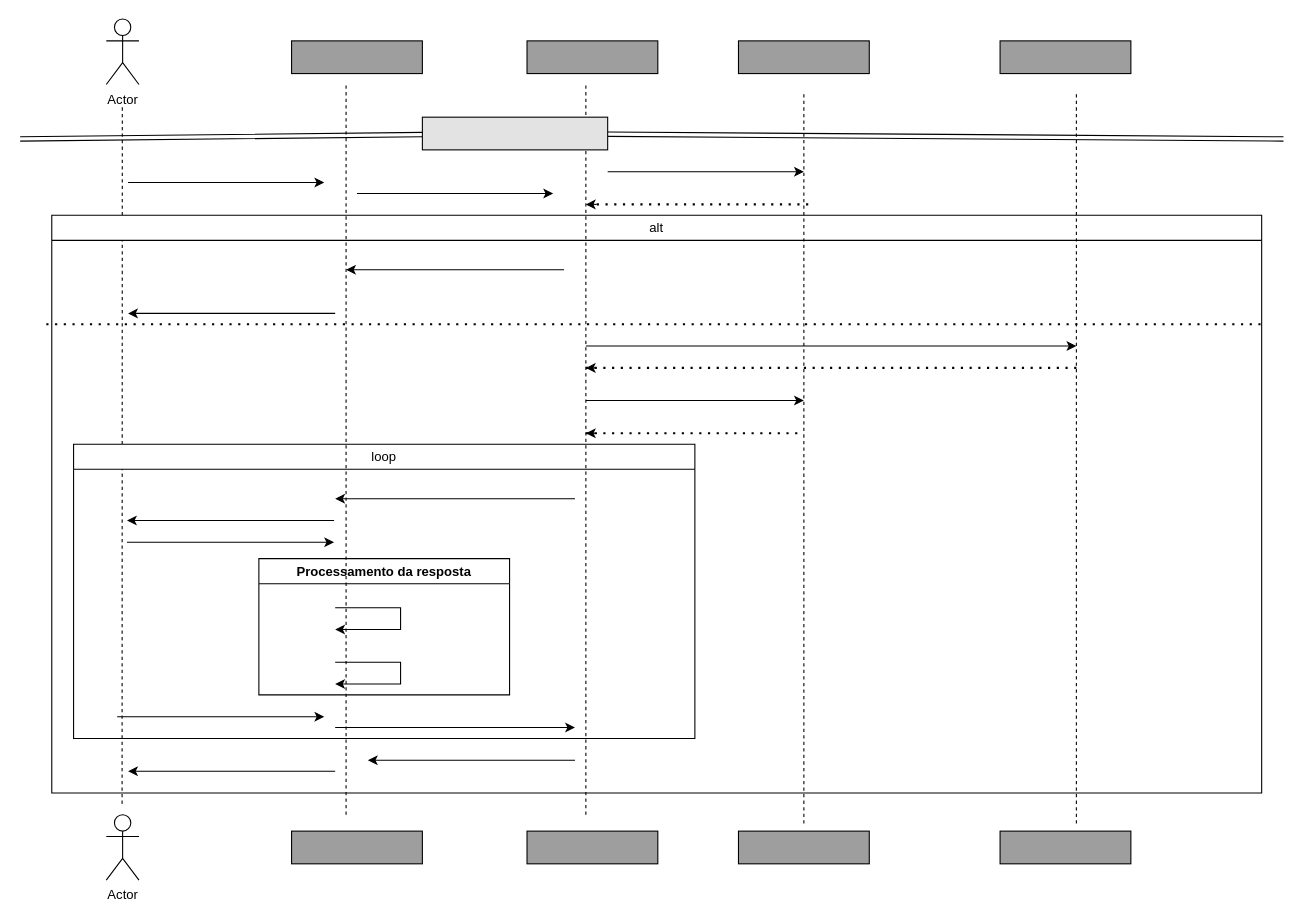
Before: Listar_Questoes.drawio in augustorazani/QENEM-UML-Diagram, a draw.io diagram. Source tidied: cells renumbered, new cells numbered last; positions are measured from the earlier drawing's top-left corner, leaving out a move shared by most shapes. Both pictures are drawn from the tidied source at 109%, with x=0, y=0 at pixel (20, 19).
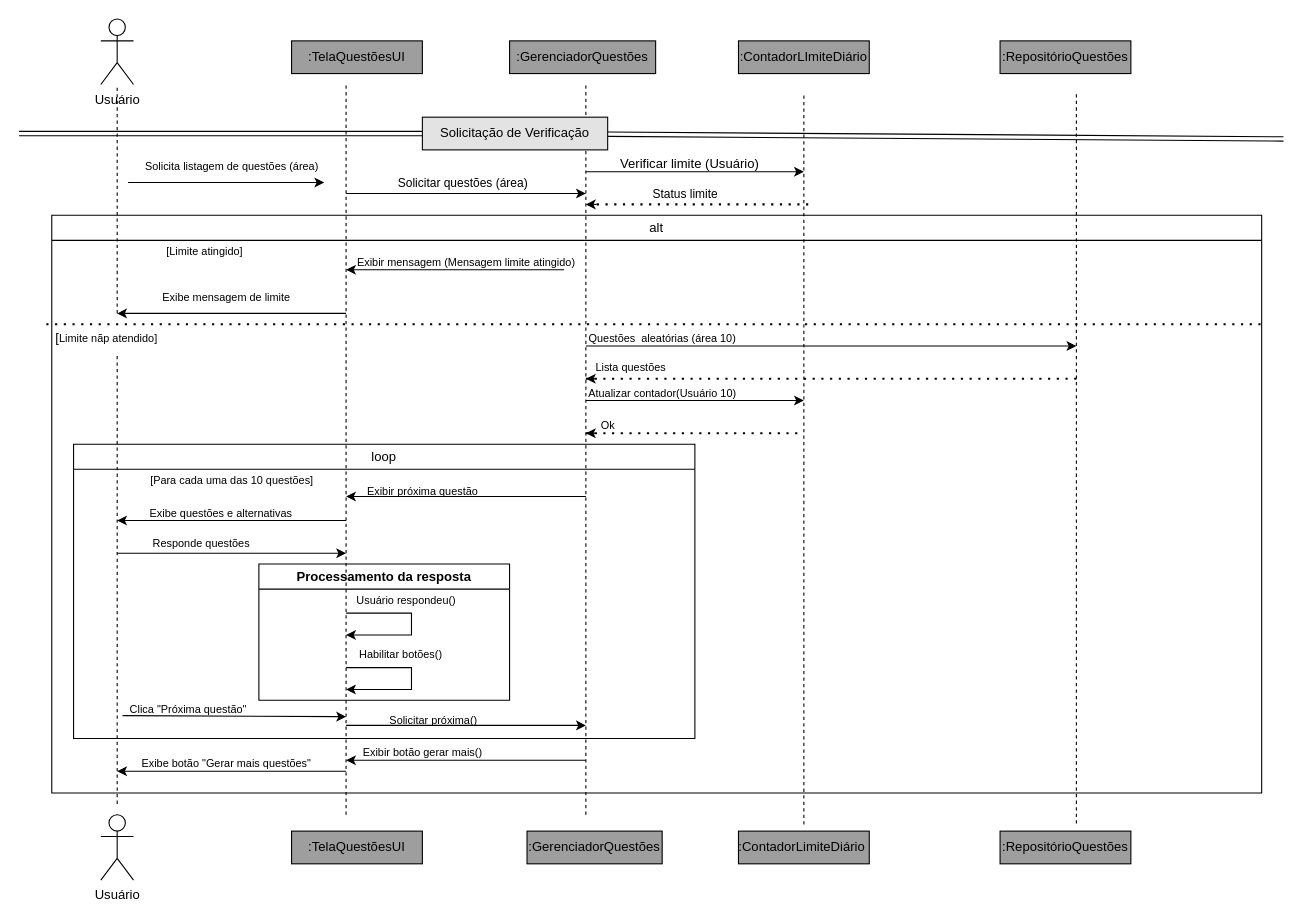
After the change.

Unchanged cells that the change refers to:
```xml
<mxCell id="7" value="&lt;span style=&quot;font-weight: normal;&quot;&gt;alt&lt;/span&gt;" style="swimlane;whiteSpace=wrap;html=1;" parent="1" vertex="1">
  <mxGeometry x="29" y="180" width="1110" height="530" as="geometry" />
</mxCell>
<mxCell id="9" value="&lt;span style=&quot;font-weight: 400;&quot;&gt;loop&lt;/span&gt;" style="swimlane;whiteSpace=wrap;html=1;" parent="7" vertex="1">
  <mxGeometry x="20" y="210" width="570" height="270" as="geometry" />
</mxCell>
<mxCell id="34" style="endArrow=none;dashed=1;html=1;dashPattern=1 3;strokeWidth=2;rounded=0;" parent="1" edge="1">
  <mxGeometry relative="1" as="geometry">
    <mxPoint x="529" y="170" as="sourcePoint" />
    <mxPoint x="729" y="170" as="targetPoint" />
  </mxGeometry>
</mxCell>
```

The edit, as a diff of the source:
```diff
@@
-    <mxCell id="2" value="Actor" style="shape=umlActor;verticalLabelPosition=bottom;verticalAlign=top;html=1;" parent="1" vertex="1">
-      <mxGeometry x="79" width="30" height="60" as="geometry" />
+    <mxCell id="2" value="Usuário&lt;div&gt;&lt;br&gt;&lt;/div&gt;" style="shape=umlActor;verticalLabelPosition=bottom;verticalAlign=top;html=1;" parent="1" vertex="1">
+      <mxGeometry x="74" width="30" height="60" as="geometry" />
     </mxCell>
-    <mxCell id="3" style="endArrow=none;dashed=1;html=1;rounded=0;" parent="1" edge="1">
-      <mxGeometry relative="1" as="geometry">
-        <mxPoint x="93.5" y="720" as="sourcePoint" />
-        <mxPoint x="93.7" y="80" as="targetPoint" />
-      </mxGeometry>
-    </mxCell>
@@
-    <mxCell id="6" value="Actor" style="shape=umlActor;verticalLabelPosition=bottom;verticalAlign=top;html=1;" parent="1" vertex="1">
-      <mxGeometry x="79" y="730" width="30" height="60" as="geometry" />
+    <mxCell id="6" value="Usuário" style="shape=umlActor;verticalLabelPosition=bottom;verticalAlign=top;html=1;" parent="1" vertex="1">
+      <mxGeometry x="74" y="730" width="30" height="60" as="geometry" />
     </mxCell>
@@
     <mxCell id="8" style="endArrow=classic;html=1;rounded=0;" parent="7" edge="1">
       <mxGeometry relative="1" as="geometry">
-        <mxPoint x="260" y="90" as="sourcePoint" />
-        <mxPoint x="70" y="90" as="targetPoint" />
+        <mxPoint x="270" y="90" as="sourcePoint" />
+        <mxPoint x="60" y="90" as="targetPoint" />
       </mxGeometry>
     </mxCell>
@@
     <mxCell id="10" style="endArrow=classic;html=1;rounded=0;" parent="9" edge="1">
       <mxGeometry relative="1" as="geometry">
-        <mxPoint x="239" y="70" as="sourcePoint" />
-        <mxPoint x="49" y="70" as="targetPoint" />
+        <mxPoint x="250" y="70" as="sourcePoint" />
+        <mxPoint x="40" y="70" as="targetPoint" />
         <Array as="points">
           <mxPoint x="149" y="70" />
         </Array>
       </mxGeometry>
     </mxCell>
     <mxCell id="11" style="endArrow=classic;html=1;rounded=0;" parent="9" edge="1">
       <mxGeometry relative="1" as="geometry">
-        <mxPoint x="49" y="90" as="sourcePoint" />
-        <mxPoint x="239" y="90" as="targetPoint" />
+        <mxPoint x="40" y="100" as="sourcePoint" />
+        <mxPoint x="250" y="100" as="targetPoint" />
       </mxGeometry>
     </mxCell>
+    <mxCell id="46" value="&lt;font style=&quot;font-size: 10px;&quot;&gt;Responde questões&lt;/font&gt;" style="edgeLabel;html=1;align=center;verticalAlign=middle;" parent="11" vertex="1">
+      <mxGeometry x="-0.37" y="4" relative="1" as="geometry">
+        <mxPoint x="10" y="-6" as="offset" />
+      </mxGeometry>
+    </mxCell>
-    <mxCell id="12" style="endArrow=classic;html=1;rounded=0;" parent="9" edge="1">
+    <mxCell id="12" style="endArrow=classic;html=1;rounded=0;exitX=0.038;exitY=0.7;exitDx=0;exitDy=0;exitPerimeter=0;" parent="9" edge="1" source="51">
       <mxGeometry relative="1" as="geometry">
-        <mxPoint x="40" y="250" as="sourcePoint" />
-        <mxPoint x="230" y="250" as="targetPoint" />
+        <mxPoint x="250" y="250" as="targetPoint" />
       </mxGeometry>
     </mxCell>
     <mxCell id="13" style="endArrow=classic;html=1;rounded=0;" parent="9" edge="1">
       <mxGeometry relative="1" as="geometry">
-        <mxPoint x="240" y="260" as="sourcePoint" />
-        <mxPoint x="460" y="260" as="targetPoint" />
+        <mxPoint x="250" y="258" as="sourcePoint" />
+        <mxPoint x="470" y="258" as="targetPoint" />
       </mxGeometry>
     </mxCell>
-    <mxCell id="14" value="Processamento da resposta" style="swimlane;whiteSpace=wrap;html=1;" parent="9" vertex="1">
-      <mxGeometry x="170" y="105" width="230" height="125" as="geometry" />
+    <mxCell id="14" value="Processamento da resposta" style="swimlane;whiteSpace=wrap;html=1;startSize=23;" parent="9" vertex="1">
+      <mxGeometry x="170" y="110" width="230" height="125" as="geometry" />
     </mxCell>
     <mxCell id="15" style="endArrow=classic;html=1;rounded=0;" parent="14" edge="1">
       <mxGeometry relative="1" as="geometry">
-        <mxPoint x="70" y="95" as="sourcePoint" />
-        <mxPoint x="70" y="115" as="targetPoint" />
+        <mxPoint x="80" y="95" as="sourcePoint" />
+        <mxPoint x="80" y="115" as="targetPoint" />
         <Array as="points">
-          <mxPoint x="130" y="95" />
-          <mxPoint x="130" y="115" />
+          <mxPoint x="140" y="95" />
+          <mxPoint x="140" y="115" />
         </Array>
       </mxGeometry>
     </mxCell>
     <mxCell id="16" style="endArrow=classic;html=1;rounded=0;" parent="14" edge="1">
       <mxGeometry relative="1" as="geometry">
-        <mxPoint x="70" y="45" as="sourcePoint" />
-        <mxPoint x="70" y="65" as="targetPoint" />
+        <mxPoint x="80" y="45" as="sourcePoint" />
+        <mxPoint x="80" y="65" as="targetPoint" />
         <Array as="points">
-          <mxPoint x="130" y="45" />
-          <mxPoint x="130" y="65" />
+          <mxPoint x="140" y="45" />
+          <mxPoint x="140" y="65" />
         </Array>
       </mxGeometry>
     </mxCell>
+    <mxCell id="47" value="&lt;font style=&quot;font-size: 10px;&quot;&gt;Usuário respondeu()&lt;/font&gt;" style="text;html=1;align=center;verticalAlign=middle;strokeColor=none;fillColor=none;" parent="14" vertex="1">
+      <mxGeometry x="80" y="18" width="110" height="30" as="geometry" />
+    </mxCell>
+    <mxCell id="48" value="&lt;font style=&quot;font-size: 10px;&quot;&gt;Habilitar botões()&lt;/font&gt;" style="text;html=1;align=center;verticalAlign=middle;strokeColor=none;fillColor=none;" parent="14" vertex="1">
+      <mxGeometry x="80" y="68" width="100" height="30" as="geometry" />
+    </mxCell>
     <mxCell id="17" style="endArrow=classic;html=1;rounded=0;" parent="9" edge="1">
       <mxGeometry relative="1" as="geometry">
-        <mxPoint x="460" y="50" as="sourcePoint" />
-        <mxPoint x="240" y="50" as="targetPoint" />
+        <mxPoint x="470" y="48" as="sourcePoint" />
+        <mxPoint x="250" y="48" as="targetPoint" />
         <Array as="points">
-          <mxPoint x="370" y="50" />
+          <mxPoint x="380" y="48" />
         </Array>
       </mxGeometry>
     </mxCell>
+    <mxCell id="49" value="&lt;font style=&quot;font-size: 10px;&quot;&gt;[Para cada uma das 10 questões]&lt;/font&gt;" style="text;html=1;align=center;verticalAlign=middle;strokeColor=none;fillColor=none;" parent="9" vertex="1">
+      <mxGeometry x="60" y="18" width="170" height="30" as="geometry" />
+    </mxCell>
+    <mxCell id="50" value="&lt;font style=&quot;font-size: 10px;&quot;&gt;Exibe questões e alternativas&lt;/font&gt;" style="text;html=1;align=center;verticalAlign=middle;strokeColor=none;fillColor=none;" parent="9" vertex="1">
+      <mxGeometry x="60" y="48" width="150" height="30" as="geometry" />
+    </mxCell>
+    <mxCell id="51" value="&lt;font style=&quot;font-size: 10px;&quot;&gt;Clica &quot;Próxima questão&quot;&lt;/font&gt;" style="text;html=1;align=center;verticalAlign=middle;points=[];strokeColor=none;fillColor=none;" parent="9" vertex="1">
+      <mxGeometry x="40" y="228" width="130" height="30" as="geometry" />
+    </mxCell>
     <mxCell id="18" style="endArrow=classic;html=1;rounded=0;" parent="7" edge="1">
       <mxGeometry relative="1" as="geometry">
-        <mxPoint x="480" y="500" as="sourcePoint" />
-        <mxPoint x="290" y="500" as="targetPoint" />
+        <mxPoint x="490" y="500" as="sourcePoint" />
+        <mxPoint x="270" y="500" as="targetPoint" />
         <Array as="points">
           <mxPoint x="390" y="500" />
         </Array>
       </mxGeometry>
     </mxCell>
     <mxCell id="19" style="endArrow=classic;html=1;rounded=0;" parent="7" edge="1">
       <mxGeometry relative="1" as="geometry">
-        <mxPoint x="260" y="510" as="sourcePoint" />
-        <mxPoint x="70" y="510" as="targetPoint" />
+        <mxPoint x="270" y="510" as="sourcePoint" />
+        <mxPoint x="60" y="510" as="targetPoint" />
         <Array as="points">
           <mxPoint x="170" y="510" />
         </Array>
       </mxGeometry>
     </mxCell>
@@
-    <mxCell id="23" style="endArrow=classic;html=1;rounded=0;" parent="7" edge="1">
-      <mxGeometry relative="1" as="geometry">
-        <mxPoint x="490" y="170" as="sourcePoint" />
-        <mxPoint x="690" y="170" as="targetPoint" />
-      </mxGeometry>
-    </mxCell>
@@
+    <mxCell id="52" value="&lt;font style=&quot;font-size: 10px;&quot;&gt;Exibe mensagem de limite&lt;/font&gt;" style="text;html=1;align=center;verticalAlign=middle;strokeColor=none;fillColor=none;" parent="7" vertex="1">
+      <mxGeometry x="90" y="60" width="140" height="30" as="geometry" />
+    </mxCell>
+    <mxCell id="53" value="&lt;font style=&quot;font-size: 10px;&quot;&gt;Exibir mensagem (Mensagem limite atingido)&lt;/font&gt;" style="text;html=1;align=center;verticalAlign=middle;strokeColor=none;fillColor=none;" parent="7" vertex="1">
+      <mxGeometry x="270" y="28" width="220" height="30" as="geometry" />
+    </mxCell>
+    <mxCell id="54" style="endArrow=none;dashed=1;html=1;rounded=0;" parent="7" edge="1">
+      <mxGeometry relative="1" as="geometry">
+        <mxPoint x="60" y="540" as="sourcePoint" />
+        <mxPoint x="60" y="128" as="targetPoint" />
+        <Array as="points">
+          <mxPoint x="60" y="340" />
+        </Array>
+      </mxGeometry>
+    </mxCell>
+    <mxCell id="3" style="endArrow=none;dashed=1;html=1;rounded=0;" parent="7" edge="1">
+      <mxGeometry relative="1" as="geometry">
+        <mxPoint x="60" y="90" as="sourcePoint" />
+        <mxPoint x="60" y="-120" as="targetPoint" />
+      </mxGeometry>
+    </mxCell>
+    <mxCell id="55" value="&lt;font style=&quot;font-size: 10px;&quot;&gt;Questões&amp;nbsp; aleatórias (área 10)&lt;/font&gt;" style="text;html=1;align=center;verticalAlign=middle;strokeColor=none;fillColor=none;" parent="7" vertex="1">
+      <mxGeometry x="480" y="98" width="160" height="30" as="geometry" />
+    </mxCell>
+    <mxCell id="31" style="endArrow=none;dashed=1;html=1;dashPattern=1 3;strokeWidth=2;rounded=0;" parent="7" edge="1">
+      <mxGeometry relative="1" as="geometry">
+        <mxPoint x="490" y="150" as="sourcePoint" />
+        <mxPoint x="940" y="150" as="targetPoint" />
+      </mxGeometry>
+    </mxCell>
+    <mxCell id="56" value="&lt;font style=&quot;font-size: 10px;&quot;&gt;Lista questões&lt;/font&gt;" style="edgeLabel;html=1;align=center;verticalAlign=middle;" parent="31" vertex="1">
+      <mxGeometry x="-0.74" y="5" relative="1" as="geometry">
+        <mxPoint x="-19" y="-7" as="offset" />
+      </mxGeometry>
+    </mxCell>
+    <mxCell id="32" style="endArrow=classic;html=1;rounded=0;" parent="7" edge="1">
+      <mxGeometry relative="1" as="geometry">
+        <mxPoint x="500" y="150" as="sourcePoint" />
+        <mxPoint x="490" y="150" as="targetPoint" />
+      </mxGeometry>
+    </mxCell>
+    <mxCell id="57" value="&lt;font style=&quot;font-size: 10px;&quot;&gt;Atualizar contador(Usuário 10)&lt;/font&gt;" style="text;html=1;align=center;verticalAlign=middle;strokeColor=none;fillColor=none;" parent="7" vertex="1">
+      <mxGeometry x="480" y="148" width="160" height="30" as="geometry" />
+    </mxCell>
+    <mxCell id="23" style="endArrow=classic;html=1;rounded=0;" parent="7" edge="1">
+      <mxGeometry relative="1" as="geometry">
+        <mxPoint x="490" y="170" as="sourcePoint" />
+        <mxPoint x="690" y="170" as="targetPoint" />
+      </mxGeometry>
+    </mxCell>
+    <mxCell id="29" style="endArrow=none;dashed=1;html=1;rounded=0;" parent="7" edge="1">
+      <mxGeometry relative="1" as="geometry">
+        <mxPoint x="690" y="559" as="sourcePoint" />
+        <mxPoint x="690" y="-111" as="targetPoint" />
+      </mxGeometry>
+    </mxCell>
+    <mxCell id="58" value="&lt;font style=&quot;font-size: 10px;&quot;&gt;Ok&lt;/font&gt;" style="text;html=1;align=center;verticalAlign=middle;strokeColor=none;fillColor=none;" parent="7" vertex="1">
+      <mxGeometry x="490" y="178" width="40" height="30" as="geometry" />
+    </mxCell>
+    <mxCell id="59" value="&lt;font style=&quot;font-size: 10px;&quot;&gt;Exibe botão &quot;Gerar mais questões&quot;&lt;/font&gt;" style="text;html=1;align=center;verticalAlign=middle;strokeColor=none;fillColor=none;" parent="7" vertex="1">
+      <mxGeometry x="70" y="488" width="180" height="30" as="geometry" />
+    </mxCell>
@@
     <mxCell id="27" style="endArrow=classic;html=1;rounded=0;" parent="1" edge="1">
       <mxGeometry relative="1" as="geometry">
-        <mxPoint x="309" y="160" as="sourcePoint" />
-        <mxPoint x="489" y="160" as="targetPoint" />
+        <mxPoint x="299" y="160" as="sourcePoint" />
+        <mxPoint x="519" y="160" as="targetPoint" />
       </mxGeometry>
     </mxCell>
+    <mxCell id="60" value="Solicitar questões (área)" style="edgeLabel;html=1;align=center;verticalAlign=middle;" parent="27" vertex="1">
+      <mxGeometry x="-0.22" y="4" relative="1" as="geometry">
+        <mxPoint x="20" y="-6" as="offset" />
+      </mxGeometry>
+    </mxCell>
@@
-    <mxCell id="29" style="endArrow=none;dashed=1;html=1;rounded=0;" parent="1" edge="1">
-      <mxGeometry relative="1" as="geometry">
-        <mxPoint x="719" y="738" as="sourcePoint" />
-        <mxPoint x="719" y="68" as="targetPoint" />
-      </mxGeometry>
-    </mxCell>
@@
-    <mxCell id="31" style="endArrow=none;dashed=1;html=1;dashPattern=1 3;strokeWidth=2;rounded=0;" parent="1" edge="1">
-      <mxGeometry relative="1" as="geometry">
-        <mxPoint x="519" y="320" as="sourcePoint" />
-        <mxPoint x="969" y="320" as="targetPoint" />
-      </mxGeometry>
-    </mxCell>
-    <mxCell id="32" style="endArrow=classic;html=1;rounded=0;" parent="1" edge="1">
-      <mxGeometry relative="1" as="geometry">
-        <mxPoint x="529" y="320" as="sourcePoint" />
-        <mxPoint x="519" y="320" as="targetPoint" />
-      </mxGeometry>
-    </mxCell>
     <mxCell id="33" style="endArrow=classic;html=1;rounded=0;" parent="1" edge="1">
       <mxGeometry relative="1" as="geometry">
-        <mxPoint x="539" y="140" as="sourcePoint" />
+        <mxPoint x="519" y="140" as="sourcePoint" />
         <mxPoint x="719" y="140" as="targetPoint" />
       </mxGeometry>
     </mxCell>
@@
+    <mxCell id="61" value="Status limite" style="edgeLabel;html=1;align=center;verticalAlign=middle;" parent="34" vertex="1">
+      <mxGeometry x="-0.23" y="5" relative="1" as="geometry">
+        <mxPoint x="3" y="-5" as="offset" />
+      </mxGeometry>
+    </mxCell>
@@
-    <mxCell id="36" style="rounded=0;whiteSpace=wrap;html=1;fillColor=#9E9E9E;" parent="1" vertex="1">
+    <mxCell id="36" value=":TelaQuestõesUI" style="rounded=0;whiteSpace=wrap;html=1;fillColor=#9E9E9E;" parent="1" vertex="1">
       <mxGeometry x="249" y="20" width="120" height="30" as="geometry" />
     </mxCell>
-    <mxCell id="37" style="rounded=0;whiteSpace=wrap;html=1;fillColor=#9E9E9E;" parent="1" vertex="1">
-      <mxGeometry x="465" y="20" width="120" height="30" as="geometry" />
+    <mxCell id="37" value=":GerenciadorQuestões" style="rounded=0;whiteSpace=wrap;html=1;fillColor=#9E9E9E;" parent="1" vertex="1">
+      <mxGeometry x="449" y="20" width="134" height="30" as="geometry" />
     </mxCell>
-    <mxCell id="38" style="rounded=0;whiteSpace=wrap;html=1;fillColor=#9E9E9E;" parent="1" vertex="1">
+    <mxCell id="38" value=":ContadorLImiteDiário" style="rounded=0;whiteSpace=wrap;html=1;fillColor=#9E9E9E;" parent="1" vertex="1">
       <mxGeometry x="659" y="20" width="120" height="30" as="geometry" />
     </mxCell>
-    <mxCell id="39" style="rounded=0;whiteSpace=wrap;html=1;fillColor=#9E9E9E;" parent="1" vertex="1">
+    <mxCell id="39" value=":RepositórioQuestões" style="rounded=0;whiteSpace=wrap;html=1;fillColor=#9E9E9E;" parent="1" vertex="1">
       <mxGeometry x="899" y="20" width="120" height="30" as="geometry" />
     </mxCell>
-    <mxCell id="40" style="rounded=0;whiteSpace=wrap;html=1;fillColor=#9E9E9E;" parent="1" vertex="1">
+    <mxCell id="40" value=":TelaQuestõesUI" style="rounded=0;whiteSpace=wrap;html=1;fillColor=#9E9E9E;" parent="1" vertex="1">
       <mxGeometry x="249" y="745" width="120" height="30" as="geometry" />
     </mxCell>
-    <mxCell id="41" style="rounded=0;whiteSpace=wrap;html=1;fillColor=#9E9E9E;" parent="1" vertex="1">
-      <mxGeometry x="465" y="745" width="120" height="30" as="geometry" />
+    <mxCell id="41" value=":GerenciadorQuestões" style="rounded=0;whiteSpace=wrap;html=1;fillColor=#9E9E9E;" parent="1" vertex="1">
+      <mxGeometry x="465" y="745" width="124" height="30" as="geometry" />
     </mxCell>
-    <mxCell id="42" style="rounded=0;whiteSpace=wrap;html=1;fillColor=#9E9E9E;" parent="1" vertex="1">
+    <mxCell id="42" value=":ContadorLimiteDiário&amp;nbsp;" style="rounded=0;whiteSpace=wrap;html=1;fillColor=#9E9E9E;" parent="1" vertex="1">
       <mxGeometry x="659" y="745" width="120" height="30" as="geometry" />
     </mxCell>
-    <mxCell id="43" style="rounded=0;whiteSpace=wrap;html=1;fillColor=#9E9E9E;" parent="1" vertex="1">
+    <mxCell id="43" value=":RepositórioQuestões" style="rounded=0;whiteSpace=wrap;html=1;fillColor=#9E9E9E;" parent="1" vertex="1">
       <mxGeometry x="899" y="745" width="120" height="30" as="geometry" />
     </mxCell>
     <mxCell id="44" style="shape=link;html=1;rounded=0;" parent="1" edge="1" target="45">
       <mxGeometry relative="1" as="geometry">
-        <mxPoint y="110" as="sourcePoint" />
+        <mxPoint x="-1" y="105" as="sourcePoint" />
+        <Array as="points">
+          <mxPoint x="279" y="105" />
+        </Array>
       </mxGeometry>
     </mxCell>
-    <mxCell id="45" style="rounded=0;whiteSpace=wrap;html=1;fillColor=#E3E3E3;" parent="1" vertex="1">
+    <mxCell id="45" value="Solicitação de Verificação" style="rounded=0;whiteSpace=wrap;html=1;fillColor=#E3E3E3;" parent="1" vertex="1">
       <mxGeometry x="369" y="90" width="170" height="30" as="geometry" />
     </mxCell>
+    <mxCell id="62" value="&lt;font style=&quot;font-size: 10px;&quot;&gt;Solicita listagem de questões (área)&lt;/font&gt;" style="text;html=1;align=center;verticalAlign=middle;strokeColor=none;fillColor=none;" parent="1" vertex="1">
+      <mxGeometry x="104" y="120" width="180" height="30" as="geometry" />
+    </mxCell>
+    <mxCell id="63" value="Verificar limite (Usuário)" style="text;html=1;align=center;verticalAlign=middle;strokeColor=none;fillColor=none;" parent="1" vertex="1">
+      <mxGeometry x="539" y="118" width="150" height="30" as="geometry" />
+    </mxCell>
+    <mxCell id="64" value="&lt;span style=&quot;font-size: 10px;&quot;&gt;[Limite atingido]&lt;/span&gt;" style="text;html=1;align=center;verticalAlign=middle;strokeColor=none;fillColor=none;" parent="1" vertex="1">
+      <mxGeometry x="124" y="198" width="90" height="30" as="geometry" />
+    </mxCell>
+    <mxCell id="65" value="[&lt;font style=&quot;font-size: 10px;&quot;&gt;Limite nãp atendido]&lt;/font&gt;" style="text;html=1;align=center;verticalAlign=middle;strokeColor=none;fillColor=none;" parent="1" vertex="1">
+      <mxGeometry x="19" y="278" width="120" height="30" as="geometry" />
+    </mxCell>
+    <mxCell id="66" value="&lt;font style=&quot;font-size: 10px;&quot;&gt;Exibir próxima questão&lt;/font&gt;" style="text;html=1;align=center;verticalAlign=middle;strokeColor=none;fillColor=none;" parent="1" vertex="1">
+      <mxGeometry x="304" y="418" width="130" height="30" as="geometry" />
+    </mxCell>
+    <mxCell id="67" value="&lt;font style=&quot;font-size: 10px;&quot;&gt;Solicitar próxima()&lt;/font&gt;" style="text;html=1;align=center;verticalAlign=middle;strokeColor=none;fillColor=none;" parent="1" vertex="1">
+      <mxGeometry x="329" y="628" width="100" height="30" as="geometry" />
+    </mxCell>
+    <mxCell id="68" value="&lt;font style=&quot;font-size: 10px;&quot;&gt;Exibir botão gerar mais()&lt;/font&gt;" style="text;html=1;align=center;verticalAlign=middle;strokeColor=none;fillColor=none;" parent="1" vertex="1">
+      <mxGeometry x="304" y="658" width="130" height="30" as="geometry" />
+    </mxCell>
```
